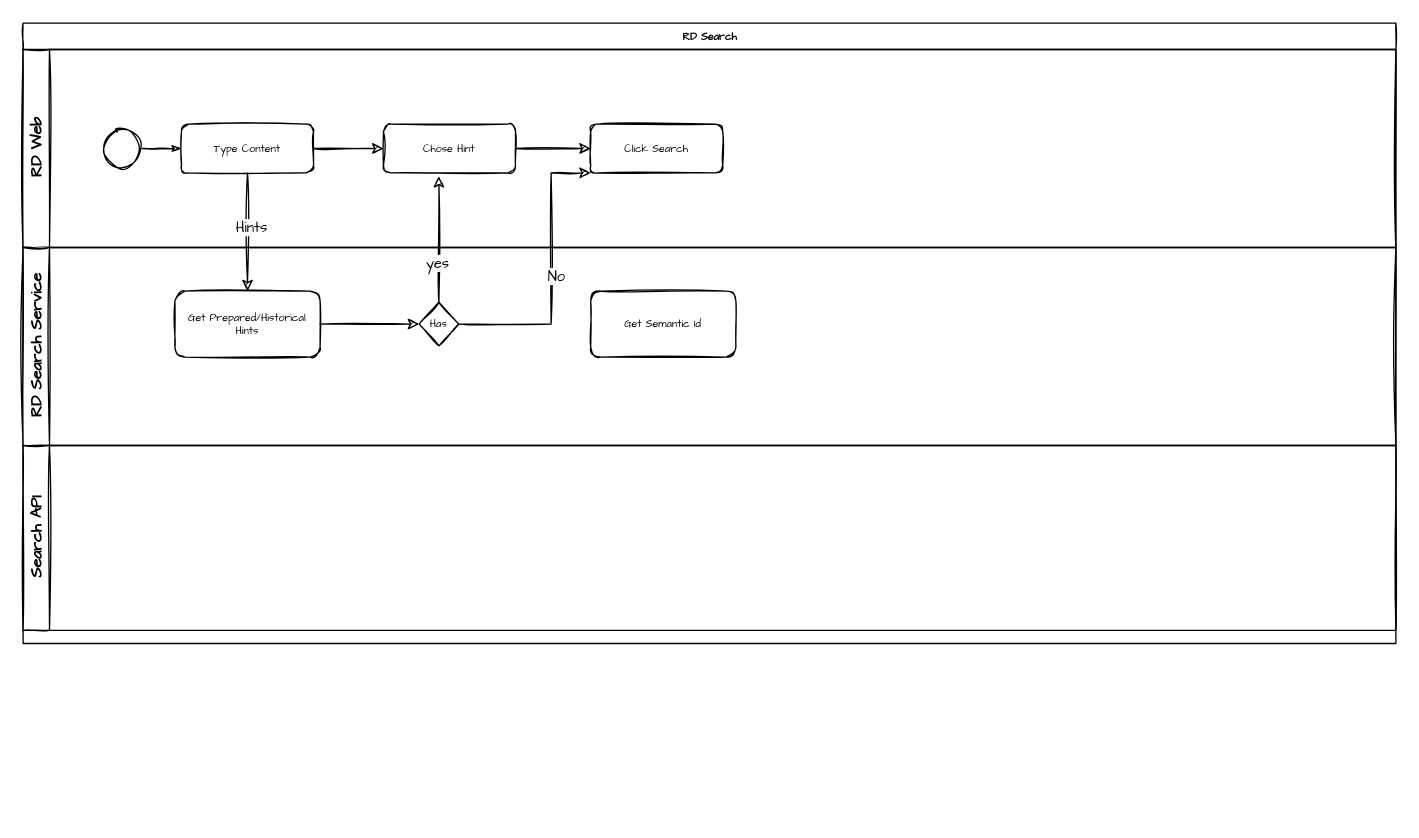
Above: RD Innovation.drawio in yindongjun/gangzhang.github.io (draw.io), before the change. Source tidied: cells renumbered, new cells numbered last; positions are measured from the earlier drawing's top-left corner, leaving out a move shared by most shapes. Both pictures are drawn from the tidied source at 132%, with x=0, y=0 at pixel (22, 22).
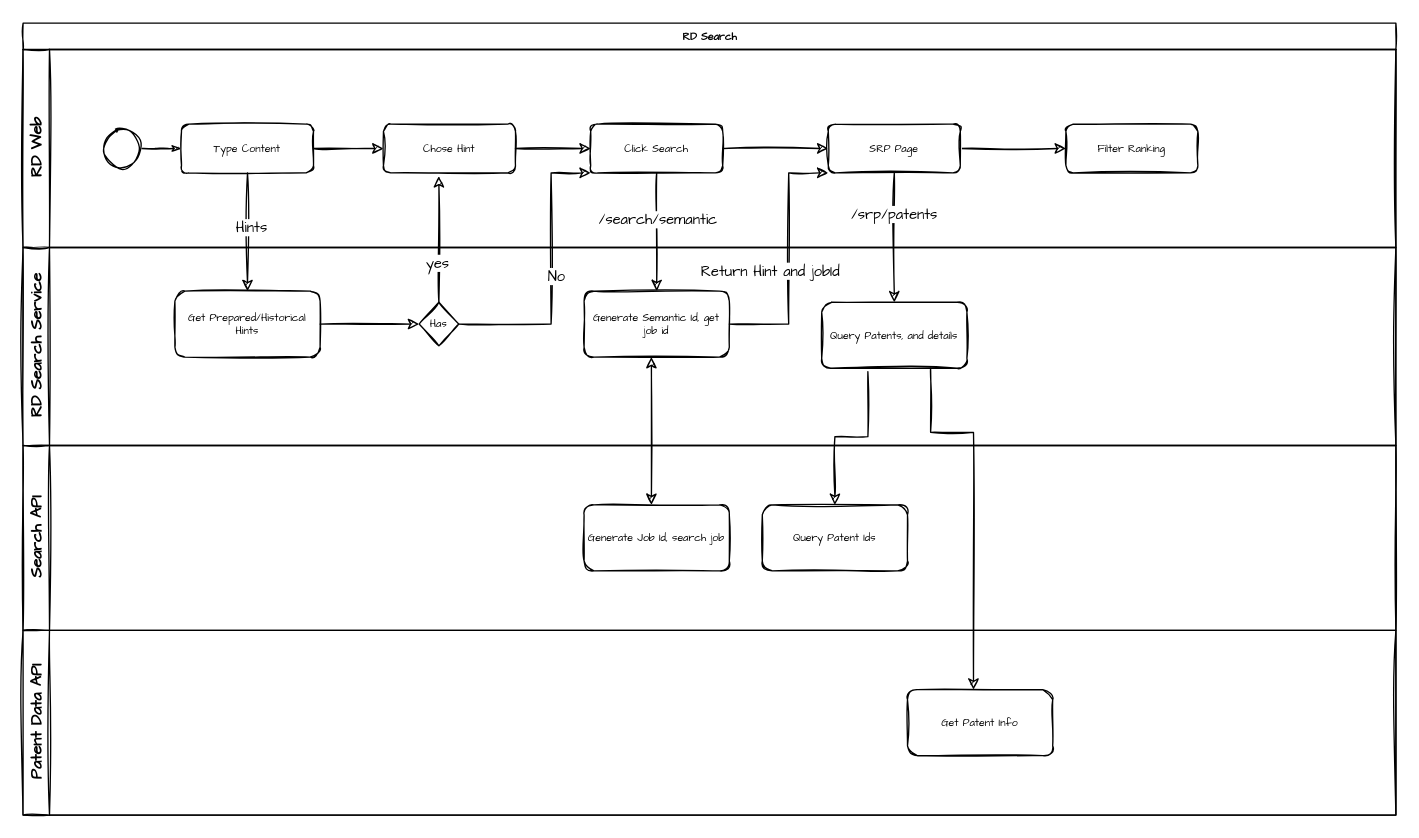
The same page after the edit.

The change refers to these unchanged cells:
```xml
<mxCell id="3" value="&lt;font face=&quot;Comic Sans MS&quot;&gt;RD Web&lt;/font&gt;" style="swimlane;html=1;startSize=20;horizontal=0;sketch=1;" parent="2" vertex="1">
  <mxGeometry y="20" width="1040" height="150" as="geometry" />
</mxCell>
<mxCell id="9" value="&lt;font face=&quot;Comic Sans MS&quot;&gt;Click Search&lt;/font&gt;" style="rounded=1;whiteSpace=wrap;html=1;shadow=0;labelBackgroundColor=none;strokeWidth=1;fontFamily=Verdana;fontSize=8;align=center;sketch=1;" parent="3" vertex="1">
  <mxGeometry x="430" y="56.5" width="100" height="37" as="geometry" />
</mxCell>
<mxCell id="11" value="&lt;font face=&quot;Comic Sans MS&quot;&gt;RD Search Service&lt;br&gt;&lt;/font&gt;" style="swimlane;html=1;startSize=20;horizontal=0;sketch=1;" parent="2" vertex="1">
  <mxGeometry y="170" width="1040" height="150" as="geometry" />
</mxCell>
<mxCell id="16" value="&lt;font face=&quot;Comic Sans MS&quot;&gt;Search API&lt;/font&gt;" style="swimlane;html=1;startSize=20;horizontal=0;sketch=1;" parent="2" vertex="1">
  <mxGeometry y="320" width="1040" height="140" as="geometry" />
</mxCell>
```

What changed in the source:
```diff
@@
     <mxCell id="2" value="&lt;font face=&quot;Comic Sans MS&quot;&gt;RD Search&lt;/font&gt;" style="swimlane;html=1;horizontal=1;startSize=20;rounded=0;shadow=0;labelBackgroundColor=none;strokeWidth=1;fontFamily=Verdana;fontSize=8;align=center;sketch=1;" parent="1" vertex="1">
-      <mxGeometry width="1040" height="470" as="geometry" />
+      <mxGeometry width="1040" height="600" as="geometry" />
     </mxCell>
@@
+    <mxCell id="23" style="edgeStyle=orthogonalEdgeStyle;rounded=0;sketch=1;jettySize=auto;html=1;fontFamily=Comic Sans MS;startArrow=none;startFill=0;" parent="3" edge="1" source="9" target="25">
+      <mxGeometry relative="1" as="geometry" />
+    </mxCell>
@@
+    <mxCell id="24" style="edgeStyle=orthogonalEdgeStyle;rounded=0;sketch=1;jettySize=auto;html=1;fontFamily=Comic Sans MS;startArrow=none;startFill=0;" parent="3" edge="1" source="25" target="26">
+      <mxGeometry relative="1" as="geometry" />
+    </mxCell>
+    <mxCell id="25" value="&lt;font face=&quot;Comic Sans MS&quot;&gt;SRP Page&lt;/font&gt;" style="rounded=1;whiteSpace=wrap;html=1;shadow=0;labelBackgroundColor=none;strokeWidth=1;fontFamily=Verdana;fontSize=8;align=center;sketch=1;" parent="3" vertex="1">
+      <mxGeometry x="610" y="56.5" width="100" height="37" as="geometry" />
+    </mxCell>
+    <mxCell id="26" value="&lt;font face=&quot;Comic Sans MS&quot;&gt;Filter Ranking&lt;/font&gt;" style="rounded=1;whiteSpace=wrap;html=1;shadow=0;labelBackgroundColor=none;strokeWidth=1;fontFamily=Verdana;fontSize=8;align=center;sketch=1;" parent="3" vertex="1">
+      <mxGeometry x="790" y="56.5" width="100" height="37" as="geometry" />
+    </mxCell>
@@
-    <mxCell id="15" value="&lt;font face=&quot;Comic Sans MS&quot;&gt;Get Semantic Id&lt;br&gt;&lt;/font&gt;" style="rounded=1;whiteSpace=wrap;html=1;shadow=0;labelBackgroundColor=none;strokeWidth=1;fontFamily=Verdana;fontSize=8;align=center;sketch=1;" parent="11" vertex="1">
-      <mxGeometry x="430" y="33" width="110" height="50" as="geometry" />
+    <mxCell id="15" value="&lt;font face=&quot;Comic Sans MS&quot;&gt;Generate Semantic Id, get job id&lt;br&gt;&lt;/font&gt;" style="rounded=1;whiteSpace=wrap;html=1;shadow=0;labelBackgroundColor=none;strokeWidth=1;fontFamily=Verdana;fontSize=8;align=center;sketch=1;" parent="11" vertex="1">
+      <mxGeometry x="425" y="33" width="110" height="50" as="geometry" />
     </mxCell>
+    <mxCell id="27" value="&lt;font face=&quot;Comic Sans MS&quot;&gt;Query Patents, and details&lt;br&gt;&lt;/font&gt;" style="rounded=1;whiteSpace=wrap;html=1;shadow=0;labelBackgroundColor=none;strokeWidth=1;fontFamily=Verdana;fontSize=8;align=center;sketch=1;" parent="11" vertex="1">
+      <mxGeometry x="605" y="41.5" width="110" height="50" as="geometry" />
+    </mxCell>
@@
+    <mxCell id="28" value="&lt;font face=&quot;Comic Sans MS&quot;&gt;Generate Job Id, search job&lt;br&gt;&lt;/font&gt;" style="rounded=1;whiteSpace=wrap;html=1;shadow=0;labelBackgroundColor=none;strokeWidth=1;fontFamily=Verdana;fontSize=8;align=center;sketch=1;" parent="16" vertex="1">
+      <mxGeometry x="425" y="45" width="110" height="50" as="geometry" />
+    </mxCell>
+    <mxCell id="29" value="&lt;font face=&quot;Comic Sans MS&quot;&gt;Query Patent Ids&lt;br&gt;&lt;/font&gt;" style="rounded=1;whiteSpace=wrap;html=1;shadow=0;labelBackgroundColor=none;strokeWidth=1;fontFamily=Verdana;fontSize=8;align=center;sketch=1;" parent="16" vertex="1">
+      <mxGeometry x="560" y="45" width="110" height="50" as="geometry" />
+    </mxCell>
@@
+    <mxCell id="30" style="edgeStyle=orthogonalEdgeStyle;rounded=0;jettySize=auto;html=1;sketch=1;" parent="2" edge="1" source="9" target="15">
+      <mxGeometry relative="1" as="geometry" />
+    </mxCell>
+    <mxCell id="31" value="&lt;font face=&quot;Comic Sans MS&quot;&gt;/search/semantic&lt;/font&gt;" style="edgeLabel;html=1;align=center;verticalAlign=middle;" parent="30" vertex="1">
+      <mxGeometry x="-0.25" relative="1" as="geometry">
+        <mxPoint y="1" as="offset" />
+      </mxGeometry>
+    </mxCell>
+    <mxCell id="32" style="edgeStyle=orthogonalEdgeStyle;rounded=0;sketch=1;orthogonalLoop=1;jettySize=auto;html=1;fontFamily=Comic Sans MS;startArrow=classic;startFill=1;" parent="2" edge="1">
+      <mxGeometry relative="1" as="geometry">
+        <mxPoint x="476" y="253" as="sourcePoint" />
+        <mxPoint x="476" y="365" as="targetPoint" />
+      </mxGeometry>
+    </mxCell>
+    <mxCell id="33" style="edgeStyle=orthogonalEdgeStyle;rounded=0;sketch=1;jettySize=auto;html=1;entryX=0;entryY=1;entryDx=0;entryDy=0;fontFamily=Comic Sans MS;startArrow=none;startFill=0;" parent="2" edge="1" source="15" target="25">
+      <mxGeometry relative="1" as="geometry">
+        <Array as="points">
+          <mxPoint x="580" y="228" />
+          <mxPoint x="580" y="114" />
+        </Array>
+      </mxGeometry>
+    </mxCell>
+    <mxCell id="34" value="Return Hint and jobId" style="edgeLabel;html=1;align=center;verticalAlign=middle;fontFamily=Comic Sans MS;" parent="33" vertex="1">
+      <mxGeometry x="-0.48" y="1" relative="1" as="geometry">
+        <mxPoint x="-14" y="-37" as="offset" />
+      </mxGeometry>
+    </mxCell>
+    <mxCell id="35" style="edgeStyle=orthogonalEdgeStyle;rounded=0;sketch=1;jettySize=auto;html=1;fontFamily=Comic Sans MS;startArrow=none;startFill=0;" parent="2" edge="1" source="25" target="27">
+      <mxGeometry relative="1" as="geometry" />
+    </mxCell>
+    <mxCell id="36" value="/srp/patents" style="edgeLabel;html=1;align=center;verticalAlign=middle;fontFamily=Comic Sans MS;" parent="35" vertex="1">
+      <mxGeometry x="-0.38" y="-1" relative="1" as="geometry">
+        <mxPoint y="1" as="offset" />
+      </mxGeometry>
+    </mxCell>
+    <mxCell id="37" value="&lt;font face=&quot;Comic Sans MS&quot;&gt;Patent Data API&lt;/font&gt;" style="swimlane;html=1;startSize=20;horizontal=0;sketch=1;" parent="2" vertex="1">
+      <mxGeometry y="460" width="1040" height="140" as="geometry" />
+    </mxCell>
+    <mxCell id="38" value="&lt;font face=&quot;Comic Sans MS&quot;&gt;Get Patent Info&lt;br&gt;&lt;/font&gt;" style="rounded=1;whiteSpace=wrap;html=1;shadow=0;labelBackgroundColor=none;strokeWidth=1;fontFamily=Verdana;fontSize=8;align=center;sketch=1;" parent="37" vertex="1">
+      <mxGeometry x="670" y="45" width="110" height="50" as="geometry" />
+    </mxCell>
+    <mxCell id="39" style="edgeStyle=orthogonalEdgeStyle;rounded=0;sketch=1;jettySize=auto;html=1;fontFamily=Comic Sans MS;startArrow=none;startFill=0;exitX=0.318;exitY=1.05;exitDx=0;exitDy=0;exitPerimeter=0;" parent="2" edge="1" source="27" target="29">
+      <mxGeometry relative="1" as="geometry" />
+    </mxCell>
+    <mxCell id="40" style="edgeStyle=orthogonalEdgeStyle;rounded=0;sketch=1;jettySize=auto;html=1;fontFamily=Comic Sans MS;startArrow=none;startFill=0;exitX=0.75;exitY=1;exitDx=0;exitDy=0;" parent="2" edge="1" source="27" target="38">
+      <mxGeometry relative="1" as="geometry">
+        <Array as="points">
+          <mxPoint x="688" y="310" />
+          <mxPoint x="720" y="310" />
+        </Array>
+      </mxGeometry>
+    </mxCell>
```
